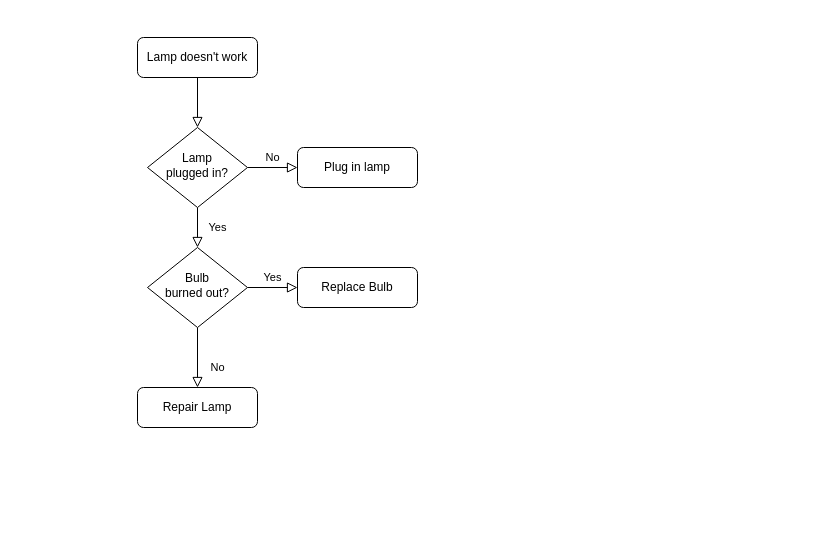
Before: Untitled Diagram.drawio in asdad-emizzy/sal, a draw.io diagram. Source tidied: cells renumbered, new cells numbered last; positions are measured from the earlier drawing's top-left corner, leaving out a move shared by most shapes. Both pictures are drawn from the tidied source at 100%, with x=0, y=0 at pixel (137, 37).
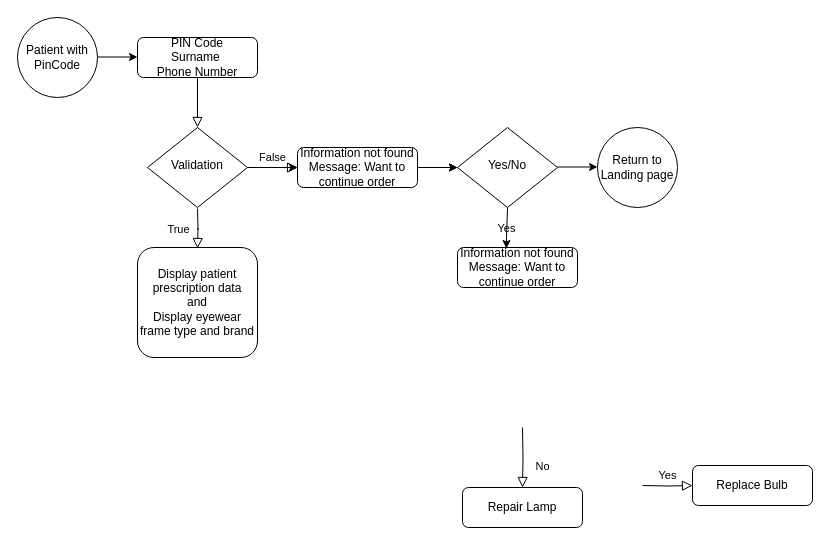
The same page after the edit.

Diff of the diagram source:
```diff
@@
-    <mxCell id="3" value="Lamp doesn't work" style="rounded=1;whiteSpace=wrap;html=1;fontSize=12;glass=0;strokeWidth=1;shadow=0;" parent="1" vertex="1">
+    <mxCell id="3" value="PIN Code&lt;br&gt;Surname&amp;nbsp;&lt;br&gt;Phone Number" style="rounded=1;whiteSpace=wrap;html=1;fontSize=12;glass=0;strokeWidth=1;shadow=0;" parent="1" vertex="1">
       <mxGeometry width="120" height="40" as="geometry" />
     </mxCell>
-    <mxCell id="4" value="Yes" style="rounded=0;html=1;jettySize=auto;fontSize=11;endArrow=block;endFill=0;endSize=8;strokeWidth=1;shadow=0;labelBackgroundColor=none;edgeStyle=orthogonalEdgeStyle;" parent="1" edge="1" source="6" target="10">
-      <mxGeometry y="20" relative="1" as="geometry" />
+    <mxCell id="4" value="True" style="rounded=0;html=1;jettySize=auto;orthogonalLoop=1;fontSize=11;endArrow=block;endFill=0;endSize=8;strokeWidth=1;shadow=0;labelBackgroundColor=none;edgeStyle=orthogonalEdgeStyle;" parent="1" edge="1">
+      <mxGeometry y="20" relative="1" as="geometry">
+        <mxPoint x="60" y="171" as="sourcePoint" />
+        <mxPoint x="60" y="211" as="targetPoint" />
+      </mxGeometry>
     </mxCell>
-    <mxCell id="5" value="No" style="edgeStyle=orthogonalEdgeStyle;rounded=0;html=1;jettySize=auto;fontSize=11;endArrow=block;endFill=0;endSize=8;strokeWidth=1;shadow=0;labelBackgroundColor=none;" parent="1" edge="1" source="6" target="7">
+    <mxCell id="5" value="False" style="edgeStyle=orthogonalEdgeStyle;rounded=0;html=1;jettySize=auto;fontSize=11;endArrow=block;endFill=0;endSize=8;strokeWidth=1;shadow=0;labelBackgroundColor=none;fontStyle=0;" parent="1" edge="1" source="6" target="7">
       <mxGeometry y="10" relative="1" as="geometry" />
     </mxCell>
+    <mxCell id="13" style="edgeStyle=orthogonalEdgeStyle;rounded=0;jettySize=auto;html=1;labelBackgroundColor=none;" parent="1" edge="1" source="6" target="7">
+      <mxGeometry relative="1" as="geometry" />
+    </mxCell>
-    <mxCell id="6" value="Lamp&lt;br&gt;plugged in?" style="rhombus;whiteSpace=wrap;html=1;shadow=0;fontFamily=Helvetica;fontSize=12;align=center;strokeWidth=1;spacing=6;spacingTop=-4;" parent="1" vertex="1">
+    <mxCell id="6" value="Validation" style="rhombus;whiteSpace=wrap;html=1;shadow=0;fontFamily=Helvetica;fontSize=12;align=center;strokeWidth=1;spacing=6;spacingTop=-4;" parent="1" vertex="1">
       <mxGeometry x="10" y="90" width="100" height="80" as="geometry" />
     </mxCell>
+    <mxCell id="14" style="edgeStyle=orthogonalEdgeStyle;rounded=0;jettySize=auto;html=1;labelBackgroundColor=none;" parent="1" edge="1" source="7" target="18">
+      <mxGeometry relative="1" as="geometry" />
+    </mxCell>
-    <mxCell id="7" value="Plug in lamp" style="rounded=1;whiteSpace=wrap;html=1;fontSize=12;glass=0;strokeWidth=1;shadow=0;" parent="1" vertex="1">
+    <mxCell id="7" value="Information not found&lt;br&gt;Message: Want to continue order" style="rounded=1;whiteSpace=wrap;html=1;fontSize=12;glass=0;strokeWidth=1;shadow=0;" parent="1" vertex="1">
       <mxGeometry x="160" y="110" width="120" height="40" as="geometry" />
     </mxCell>
-    <mxCell id="8" value="No" style="rounded=0;html=1;jettySize=auto;fontSize=11;endArrow=block;endFill=0;endSize=8;strokeWidth=1;shadow=0;labelBackgroundColor=none;edgeStyle=orthogonalEdgeStyle;" parent="1" edge="1" source="10" target="11">
-      <mxGeometry x="0.33" y="20" relative="1" as="geometry" />
+    <mxCell id="8" value="No" style="rounded=0;html=1;jettySize=auto;fontSize=11;endArrow=block;endFill=0;endSize=8;strokeWidth=1;shadow=0;labelBackgroundColor=none;edgeStyle=orthogonalEdgeStyle;" parent="1" edge="1" target="11">
+      <mxGeometry x="0.33" y="20" relative="1" as="geometry">
+        <mxPoint x="385" y="390" as="sourcePoint" />
+      </mxGeometry>
     </mxCell>
-    <mxCell id="9" value="Yes" style="edgeStyle=orthogonalEdgeStyle;rounded=0;html=1;jettySize=auto;fontSize=11;endArrow=block;endFill=0;endSize=8;strokeWidth=1;shadow=0;labelBackgroundColor=none;" parent="1" edge="1" source="10" target="12">
-      <mxGeometry y="10" relative="1" as="geometry" />
+    <mxCell id="9" value="Yes" style="edgeStyle=orthogonalEdgeStyle;rounded=0;html=1;jettySize=auto;fontSize=11;endArrow=block;endFill=0;endSize=8;strokeWidth=1;shadow=0;labelBackgroundColor=none;" parent="1" edge="1" target="12">
+      <mxGeometry y="10" relative="1" as="geometry">
+        <mxPoint x="505" y="448" as="sourcePoint" />
+      </mxGeometry>
     </mxCell>
-    <mxCell id="10" value="Bulb&lt;br&gt;burned out?" style="rhombus;whiteSpace=wrap;html=1;shadow=0;fontFamily=Helvetica;fontSize=12;align=center;strokeWidth=1;spacing=6;spacingTop=-4;" parent="1" vertex="1">
-      <mxGeometry x="10" y="210" width="100" height="80" as="geometry" />
-    </mxCell>
     <mxCell id="11" value="Repair Lamp" style="rounded=1;whiteSpace=wrap;html=1;fontSize=12;glass=0;strokeWidth=1;shadow=0;" parent="1" vertex="1">
-      <mxGeometry y="350" width="120" height="40" as="geometry" />
+      <mxGeometry x="325" y="450" width="120" height="40" as="geometry" />
     </mxCell>
     <mxCell id="12" value="Replace Bulb" style="rounded=1;whiteSpace=wrap;html=1;fontSize=12;glass=0;strokeWidth=1;shadow=0;" parent="1" vertex="1">
-      <mxGeometry x="160" y="230" width="120" height="40" as="geometry" />
+      <mxGeometry x="555" y="428" width="120" height="40" as="geometry" />
     </mxCell>
+    <mxCell id="15" value="Display patient prescription data&lt;br&gt;and&lt;br&gt;Display eyewear frame type and brand&lt;br&gt;" style="rounded=1;whiteSpace=wrap;html=1;fontSize=12;glass=0;strokeWidth=1;shadow=0;" parent="1" vertex="1">
+      <mxGeometry y="210" width="120" height="110" as="geometry" />
+    </mxCell>
+    <mxCell id="16" style="endArrow=classic;html=1;rounded=0;labelBackgroundColor=none;" parent="1" edge="1">
+      <mxGeometry relative="1" as="geometry">
+        <mxPoint x="280" y="130" as="sourcePoint" />
+        <mxPoint x="320" y="130" as="targetPoint" />
+      </mxGeometry>
+    </mxCell>
+    <mxCell id="17" value="Information not found&lt;br&gt;Message: Want to continue order" style="rounded=1;whiteSpace=wrap;html=1;fontSize=12;glass=0;strokeWidth=1;shadow=0;" parent="1" vertex="1">
+      <mxGeometry x="320" y="210" width="120" height="40" as="geometry" />
+    </mxCell>
+    <mxCell id="18" value="Yes/No" style="rhombus;whiteSpace=wrap;html=1;shadow=0;fontFamily=Helvetica;fontSize=12;align=center;strokeWidth=1;spacing=6;spacingTop=-4;" parent="1" vertex="1">
+      <mxGeometry x="320" y="90" width="100" height="80" as="geometry" />
+    </mxCell>
+    <mxCell id="19" value="Yes" style="endArrow=classic;html=1;rounded=0;labelBackgroundColor=none;exitX=0.5;exitY=1;exitDx=0;exitDy=0;entryX=0.408;entryY=0.025;entryDx=0;entryDy=0;entryPerimeter=0;" parent="1" edge="1" source="18" target="17">
+      <mxGeometry relative="1" as="geometry">
+        <Array as="points">
+          <mxPoint x="369" y="200" />
+        </Array>
+      </mxGeometry>
+    </mxCell>
+    <mxCell id="20" style="endArrow=classic;html=1;rounded=0;labelBackgroundColor=none;" parent="1" edge="1">
+      <mxGeometry relative="1" as="geometry">
+        <mxPoint x="420" y="129.5" as="sourcePoint" />
+        <mxPoint x="460" y="129.5" as="targetPoint" />
+      </mxGeometry>
+    </mxCell>
+    <mxCell id="21" value="Return to Landing&amp;nbsp;page" style="ellipse;whiteSpace=wrap;html=1;" parent="1" vertex="1">
+      <mxGeometry x="460" y="90" width="80" height="80" as="geometry" />
+    </mxCell>
+    <mxCell id="22" value="Patient with PinCode" style="ellipse;whiteSpace=wrap;html=1;" parent="1" vertex="1">
+      <mxGeometry x="-120" y="-20" width="80" height="80" as="geometry" />
+    </mxCell>
+    <mxCell id="23" style="endArrow=classic;html=1;rounded=0;labelBackgroundColor=none;" parent="1" edge="1">
+      <mxGeometry relative="1" as="geometry">
+        <mxPoint x="-40" y="19.5" as="sourcePoint" />
+        <mxPoint y="19.5" as="targetPoint" />
+      </mxGeometry>
+    </mxCell>
```
